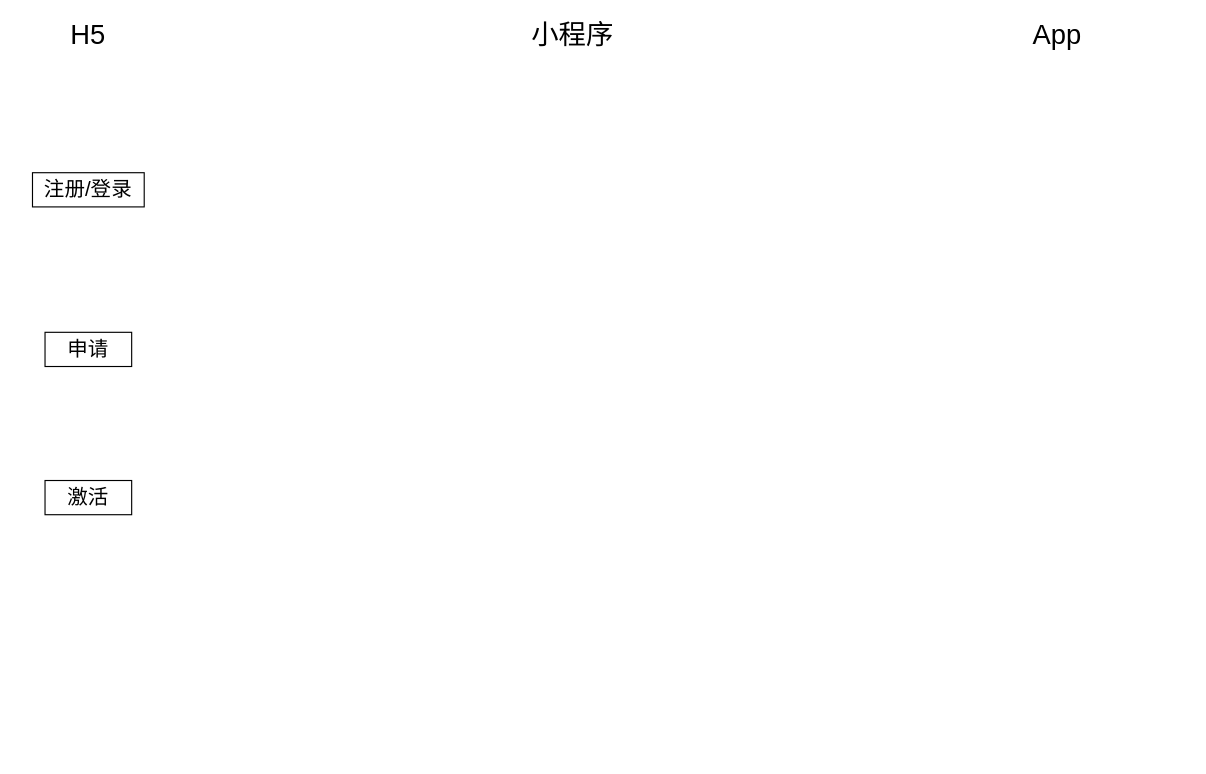
Before: 未命名绘图.drawio in wangsun870/QG, a draw.io diagram. Source tidied: cells renumbered, new cells numbered last; positions are measured from the earlier drawing's top-left corner, leaving out a move shared by most shapes. Both pictures are drawn from the tidied source at 114%, with x=0, y=0 at pixel (32, 24).
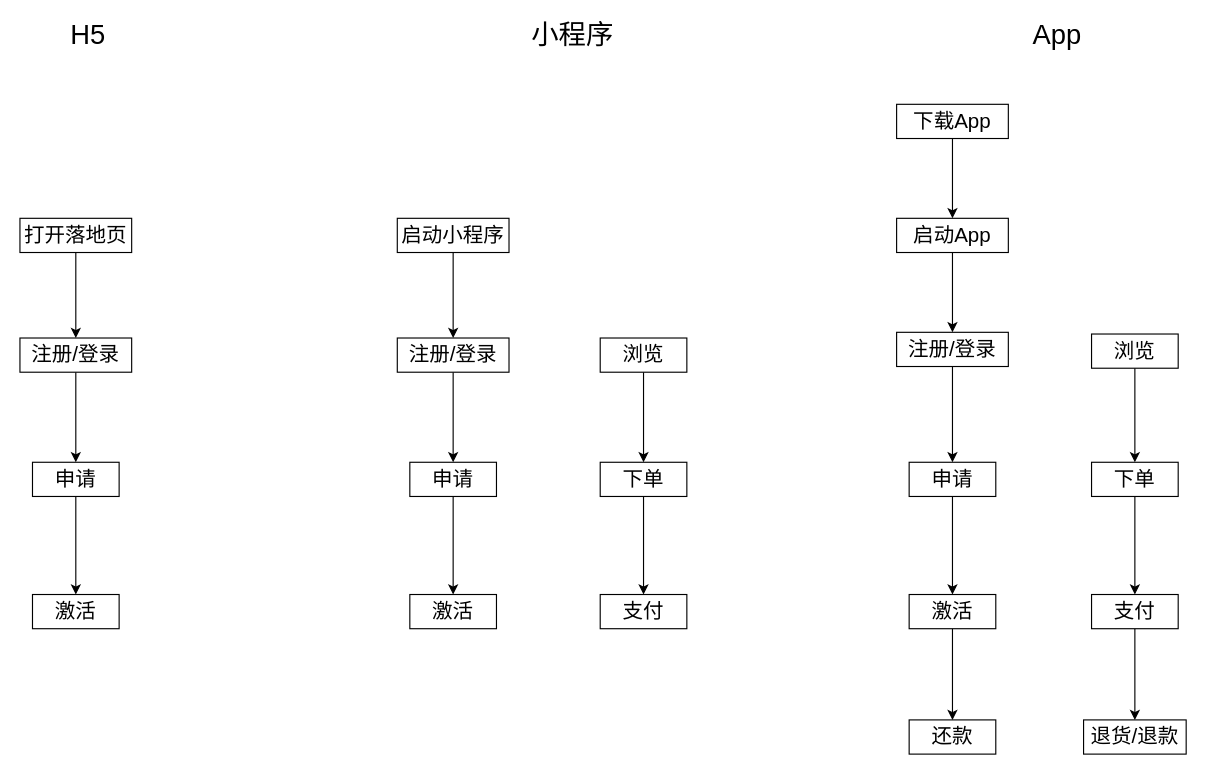
Above is the later version.

Commit message (it also covers changes not shown here):
更新未命名绘图.drawio

Diff of the diagram source:
```diff
@@
+    <mxCell id="8" style="edgeStyle=orthogonalEdgeStyle;rounded=0;jettySize=auto;html=1;entryX=0.5;entryY=0;entryDx=0;entryDy=0;" parent="1" edge="1" source="2" target="6">
+      <mxGeometry relative="1" as="geometry" />
+    </mxCell>
     <mxCell id="2" value="&lt;font style=&quot;font-size: 18px&quot;&gt;注册/登录&lt;/font&gt;" style="rounded=0;whiteSpace=wrap;html=1;" parent="1" vertex="1">
-      <mxGeometry y="130" width="98" height="30" as="geometry" />
+      <mxGeometry x="-11" y="275" width="98" height="30" as="geometry" />
     </mxCell>
@@
+    <mxCell id="9" style="edgeStyle=orthogonalEdgeStyle;rounded=0;jettySize=auto;html=1;entryX=0.5;entryY=0;entryDx=0;entryDy=0;" parent="1" edge="1" source="6" target="7">
+      <mxGeometry relative="1" as="geometry" />
+    </mxCell>
     <mxCell id="6" value="&lt;font style=&quot;font-size: 18px&quot;&gt;申请&lt;/font&gt;" style="rounded=0;whiteSpace=wrap;html=1;" parent="1" vertex="1">
-      <mxGeometry x="11" y="270" width="76" height="30" as="geometry" />
+      <mxGeometry y="384" width="76" height="30" as="geometry" />
     </mxCell>
     <mxCell id="7" value="&lt;font style=&quot;font-size: 18px&quot;&gt;激活&lt;/font&gt;" style="rounded=0;whiteSpace=wrap;html=1;" parent="1" vertex="1">
-      <mxGeometry x="11" y="400" width="76" height="30" as="geometry" />
+      <mxGeometry y="500" width="76" height="30" as="geometry" />
     </mxCell>
+    <mxCell id="10" style="edgeStyle=orthogonalEdgeStyle;rounded=0;jettySize=auto;html=1;exitX=0.5;exitY=1;exitDx=0;exitDy=0;entryX=0.5;entryY=0;entryDx=0;entryDy=0;" parent="1" edge="1" source="11" target="13">
+      <mxGeometry relative="1" as="geometry" />
+    </mxCell>
+    <mxCell id="11" value="&lt;font style=&quot;font-size: 18px&quot;&gt;注册/登录&lt;/font&gt;" style="rounded=0;whiteSpace=wrap;html=1;" parent="1" vertex="1">
+      <mxGeometry x="320" y="275" width="98" height="30" as="geometry" />
+    </mxCell>
+    <mxCell id="12" style="edgeStyle=orthogonalEdgeStyle;rounded=0;jettySize=auto;html=1;entryX=0.5;entryY=0;entryDx=0;entryDy=0;" parent="1" edge="1" source="13" target="14">
+      <mxGeometry relative="1" as="geometry" />
+    </mxCell>
+    <mxCell id="13" value="&lt;font style=&quot;font-size: 18px&quot;&gt;申请&lt;/font&gt;" style="rounded=0;whiteSpace=wrap;html=1;" parent="1" vertex="1">
+      <mxGeometry x="331" y="384" width="76" height="30" as="geometry" />
+    </mxCell>
+    <mxCell id="14" value="&lt;font style=&quot;font-size: 18px&quot;&gt;激活&lt;/font&gt;" style="rounded=0;whiteSpace=wrap;html=1;" parent="1" vertex="1">
+      <mxGeometry x="331" y="500" width="76" height="30" as="geometry" />
+    </mxCell>
+    <mxCell id="15" style="edgeStyle=orthogonalEdgeStyle;rounded=0;jettySize=auto;html=1;entryX=0.5;entryY=0;entryDx=0;entryDy=0;" parent="1" edge="1" source="16" target="18">
+      <mxGeometry relative="1" as="geometry" />
+    </mxCell>
+    <mxCell id="16" value="&lt;font style=&quot;font-size: 18px&quot;&gt;浏览&lt;br&gt;&lt;/font&gt;" style="rounded=0;whiteSpace=wrap;html=1;" parent="1" vertex="1">
+      <mxGeometry x="498" y="275" width="76" height="30" as="geometry" />
+    </mxCell>
+    <mxCell id="17" style="edgeStyle=orthogonalEdgeStyle;rounded=0;jettySize=auto;html=1;" parent="1" edge="1" source="18" target="19">
+      <mxGeometry relative="1" as="geometry" />
+    </mxCell>
+    <mxCell id="18" value="&lt;font style=&quot;font-size: 18px&quot;&gt;下单&lt;br&gt;&lt;/font&gt;" style="rounded=0;whiteSpace=wrap;html=1;" parent="1" vertex="1">
+      <mxGeometry x="498" y="384" width="76" height="30" as="geometry" />
+    </mxCell>
+    <mxCell id="19" value="&lt;font style=&quot;font-size: 18px&quot;&gt;支付&lt;br&gt;&lt;/font&gt;" style="rounded=0;whiteSpace=wrap;html=1;" parent="1" vertex="1">
+      <mxGeometry x="498" y="500" width="76" height="30" as="geometry" />
+    </mxCell>
+    <mxCell id="20" style="edgeStyle=orthogonalEdgeStyle;rounded=0;jettySize=auto;html=1;" parent="1" edge="1" source="21" target="26">
+      <mxGeometry relative="1" as="geometry" />
+    </mxCell>
+    <mxCell id="21" value="&lt;font style=&quot;font-size: 18px&quot;&gt;激活&lt;/font&gt;" style="rounded=0;whiteSpace=wrap;html=1;" parent="1" vertex="1">
+      <mxGeometry x="769" y="500" width="76" height="30" as="geometry" />
+    </mxCell>
+    <mxCell id="22" style="edgeStyle=orthogonalEdgeStyle;rounded=0;jettySize=auto;html=1;entryX=0.5;entryY=0;entryDx=0;entryDy=0;" parent="1" edge="1" source="23" target="25">
+      <mxGeometry relative="1" as="geometry" />
+    </mxCell>
+    <mxCell id="23" value="&lt;font style=&quot;font-size: 18px&quot;&gt;注册/登录&lt;/font&gt;" style="rounded=0;whiteSpace=wrap;html=1;" parent="1" vertex="1">
+      <mxGeometry x="758" y="270" width="98" height="30" as="geometry" />
+    </mxCell>
+    <mxCell id="24" style="edgeStyle=orthogonalEdgeStyle;rounded=0;jettySize=auto;html=1;" parent="1" edge="1" source="25" target="21">
+      <mxGeometry relative="1" as="geometry" />
+    </mxCell>
+    <mxCell id="25" value="&lt;font style=&quot;font-size: 18px&quot;&gt;申请&lt;/font&gt;" style="rounded=0;whiteSpace=wrap;html=1;" parent="1" vertex="1">
+      <mxGeometry x="769" y="384" width="76" height="30" as="geometry" />
+    </mxCell>
+    <mxCell id="26" value="&lt;span style=&quot;font-size: 18px&quot;&gt;还款&lt;/span&gt;" style="rounded=0;whiteSpace=wrap;html=1;" parent="1" vertex="1">
+      <mxGeometry x="769" y="610" width="76" height="30" as="geometry" />
+    </mxCell>
+    <mxCell id="27" style="edgeStyle=orthogonalEdgeStyle;rounded=0;jettySize=auto;html=1;entryX=0.5;entryY=0;entryDx=0;entryDy=0;" parent="1" edge="1" source="28" target="23">
+      <mxGeometry relative="1" as="geometry" />
+    </mxCell>
+    <mxCell id="28" value="&lt;font style=&quot;font-size: 18px&quot;&gt;启动App&lt;/font&gt;" style="rounded=0;whiteSpace=wrap;html=1;" parent="1" vertex="1">
+      <mxGeometry x="758" y="170" width="98" height="30" as="geometry" />
+    </mxCell>
+    <mxCell id="29" style="edgeStyle=orthogonalEdgeStyle;rounded=0;jettySize=auto;html=1;entryX=0.5;entryY=0;entryDx=0;entryDy=0;" parent="1" edge="1" source="30" target="11">
+      <mxGeometry relative="1" as="geometry" />
+    </mxCell>
+    <mxCell id="30" value="&lt;span style=&quot;font-size: 18px&quot;&gt;启动小程序&lt;/span&gt;" style="rounded=0;whiteSpace=wrap;html=1;" parent="1" vertex="1">
+      <mxGeometry x="320" y="170" width="98" height="30" as="geometry" />
+    </mxCell>
+    <mxCell id="31" style="edgeStyle=orthogonalEdgeStyle;rounded=0;jettySize=auto;html=1;" parent="1" edge="1" source="32" target="2">
+      <mxGeometry relative="1" as="geometry" />
+    </mxCell>
+    <mxCell id="32" value="&lt;font style=&quot;font-size: 18px&quot;&gt;打开落地页&lt;/font&gt;" style="rounded=0;whiteSpace=wrap;html=1;" parent="1" vertex="1">
+      <mxGeometry x="-11" y="170" width="98" height="30" as="geometry" />
+    </mxCell>
+    <mxCell id="33" style="edgeStyle=orthogonalEdgeStyle;rounded=0;jettySize=auto;html=1;entryX=0.5;entryY=0;entryDx=0;entryDy=0;" parent="1" edge="1" source="34" target="28">
+      <mxGeometry relative="1" as="geometry" />
+    </mxCell>
+    <mxCell id="34" value="&lt;font style=&quot;font-size: 18px&quot;&gt;下载App&lt;/font&gt;" style="rounded=0;whiteSpace=wrap;html=1;" parent="1" vertex="1">
+      <mxGeometry x="758" y="70" width="98" height="30" as="geometry" />
+    </mxCell>
+    <mxCell id="35" style="edgeStyle=orthogonalEdgeStyle;rounded=0;jettySize=auto;html=1;entryX=0.5;entryY=0;entryDx=0;entryDy=0;" parent="1" edge="1" source="36" target="38">
+      <mxGeometry relative="1" as="geometry" />
+    </mxCell>
+    <mxCell id="36" value="&lt;font style=&quot;font-size: 18px&quot;&gt;浏览&lt;br&gt;&lt;/font&gt;" style="rounded=0;whiteSpace=wrap;html=1;" parent="1" vertex="1">
+      <mxGeometry x="929" y="271.5" width="76" height="30" as="geometry" />
+    </mxCell>
+    <mxCell id="37" style="edgeStyle=orthogonalEdgeStyle;rounded=0;jettySize=auto;html=1;" parent="1" edge="1" source="38" target="40">
+      <mxGeometry relative="1" as="geometry" />
+    </mxCell>
+    <mxCell id="38" value="&lt;font style=&quot;font-size: 18px&quot;&gt;下单&lt;br&gt;&lt;/font&gt;" style="rounded=0;whiteSpace=wrap;html=1;" parent="1" vertex="1">
+      <mxGeometry x="929" y="384" width="76" height="30" as="geometry" />
+    </mxCell>
+    <mxCell id="39" style="edgeStyle=orthogonalEdgeStyle;rounded=0;jettySize=auto;html=1;entryX=0.5;entryY=0;entryDx=0;entryDy=0;" parent="1" edge="1" source="40" target="41">
+      <mxGeometry relative="1" as="geometry" />
+    </mxCell>
+    <mxCell id="40" value="&lt;font style=&quot;font-size: 18px&quot;&gt;支付&lt;br&gt;&lt;/font&gt;" style="rounded=0;whiteSpace=wrap;html=1;" parent="1" vertex="1">
+      <mxGeometry x="929" y="500" width="76" height="30" as="geometry" />
+    </mxCell>
+    <mxCell id="41" value="&lt;font style=&quot;font-size: 18px&quot;&gt;退货/退款&lt;br&gt;&lt;/font&gt;" style="rounded=0;whiteSpace=wrap;html=1;" parent="1" vertex="1">
+      <mxGeometry x="922" y="610" width="90" height="30" as="geometry" />
+    </mxCell>
```
